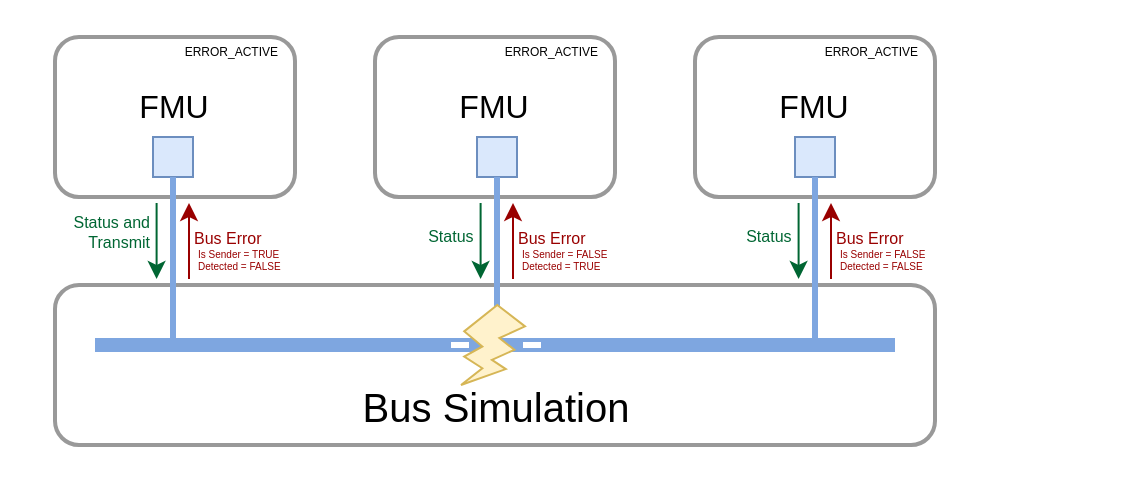
Above: docs/images/can_error_handling_overview.drawio in modelica/fmi-ls-bus (draw.io), before the change. Source tidied: cells renumbered, new cells numbered last; positions are measured from the earlier drawing's top-left corner, leaving out a move shared by most shapes. Both pictures are drawn from the tidied source at 200%, with x=0, y=0 at pixel (34, 36).
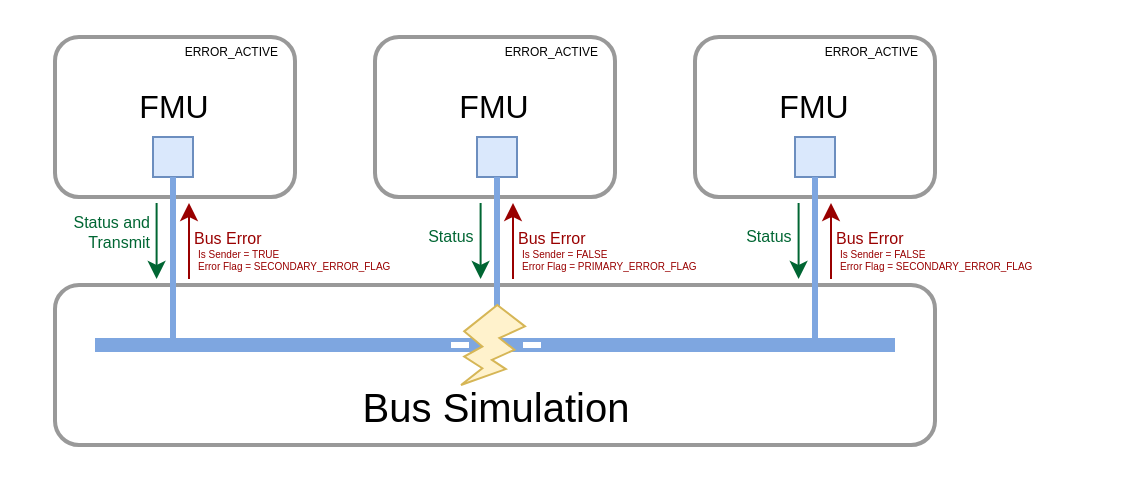
The same diagram, later.

Change to the diagram source:
```diff
@@
-    <mxCell id="25" value="Is Sender = FALSE&lt;br style=&quot;font-size: 5px;&quot;&gt;Detected = TRUE" style="text;html=1;strokeColor=none;fillColor=none;align=left;verticalAlign=middle;whiteSpace=wrap;rounded=0;fontSize=5;fontColor=#990000;" parent="1" vertex="1">
+    <mxCell id="25" value="Is Sender = FALSE&lt;br style=&quot;font-size: 5px;&quot;&gt;Error Flag =&amp;nbsp;PRIMARY_ERROR_FLAG" style="text;html=1;strokeColor=none;fillColor=none;align=left;verticalAlign=middle;whiteSpace=wrap;rounded=0;fontSize=5;fontColor=#990000;" parent="1" vertex="1">
       <mxGeometry x="242" y="106" width="132" height="10" as="geometry" />
     </mxCell>
@@
-    <mxCell id="27" value="Is Sender = FALSE&lt;br style=&quot;font-size: 5px;&quot;&gt;Detected = FALSE" style="text;html=1;strokeColor=none;fillColor=none;align=left;verticalAlign=middle;whiteSpace=wrap;rounded=0;fontSize=5;fontColor=#990000;" parent="1" vertex="1">
+    <mxCell id="27" value="Is Sender = FALSE&lt;br style=&quot;font-size: 5px;&quot;&gt;Error Flag =&amp;nbsp;SECONDARY_ERROR_FLAG" style="text;html=1;strokeColor=none;fillColor=none;align=left;verticalAlign=middle;whiteSpace=wrap;rounded=0;fontSize=5;fontColor=#990000;" parent="1" vertex="1">
       <mxGeometry x="401" y="106" width="132" height="10" as="geometry" />
     </mxCell>
@@
-    <mxCell id="29" value="Is Sender = TRUE&lt;br style=&quot;font-size: 5px;&quot;&gt;Detected = FALSE" style="text;html=1;strokeColor=none;fillColor=none;align=left;verticalAlign=middle;whiteSpace=wrap;rounded=0;fontSize=5;fontColor=#990000;" parent="1" vertex="1">
+    <mxCell id="29" value="Is Sender = TRUE&lt;br style=&quot;font-size: 5px;&quot;&gt;Error Flag =&amp;nbsp;SECONDARY_ERROR_FLAG" style="text;html=1;strokeColor=none;fillColor=none;align=left;verticalAlign=middle;whiteSpace=wrap;rounded=0;fontSize=5;fontColor=#990000;" parent="1" vertex="1">
       <mxGeometry x="80" y="106" width="132" height="10" as="geometry" />
     </mxCell>
```
